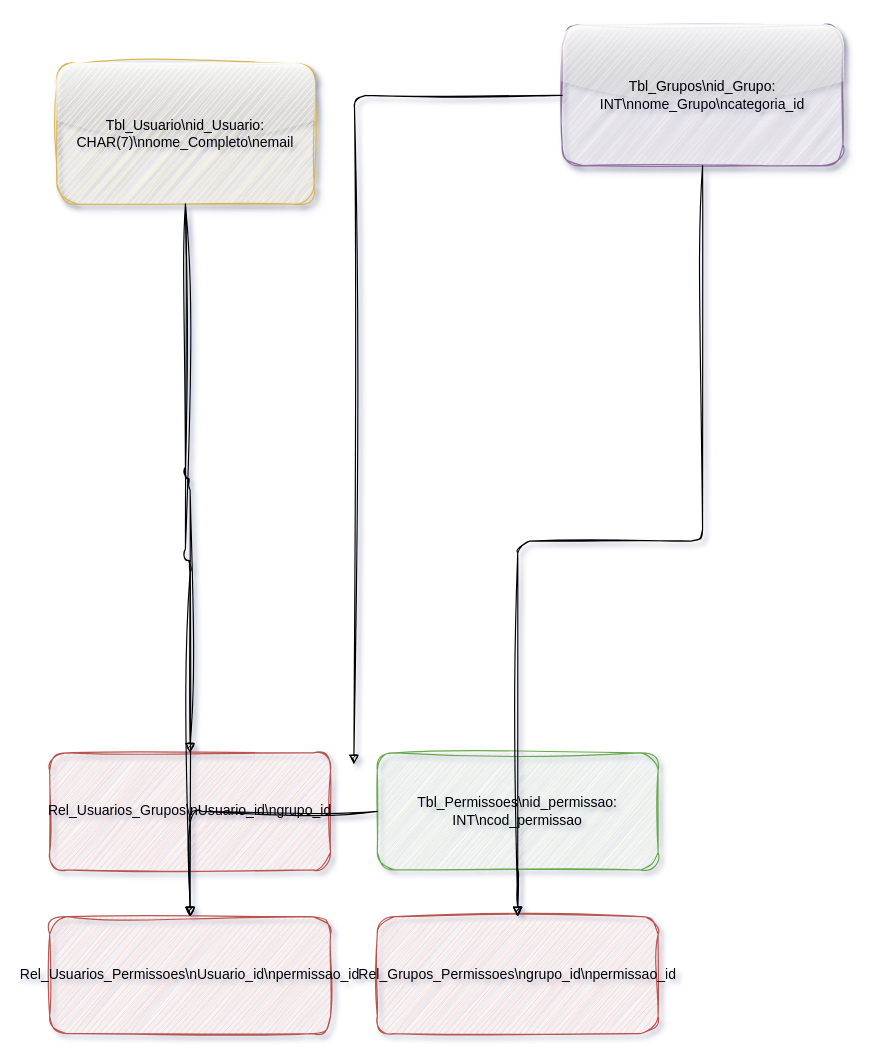
This is docs/diagrams/drawio/rh-schema.drawio from Ericssonenos/auth, a draw.io file, before an edit. Source tidied: cells renumbered, new cells numbered last; positions are measured from the earlier drawing's top-left corner, leaving out a move shared by most shapes. Both pictures are drawn from the tidied source at 117%, with x=0, y=0 at pixel (49, 25).
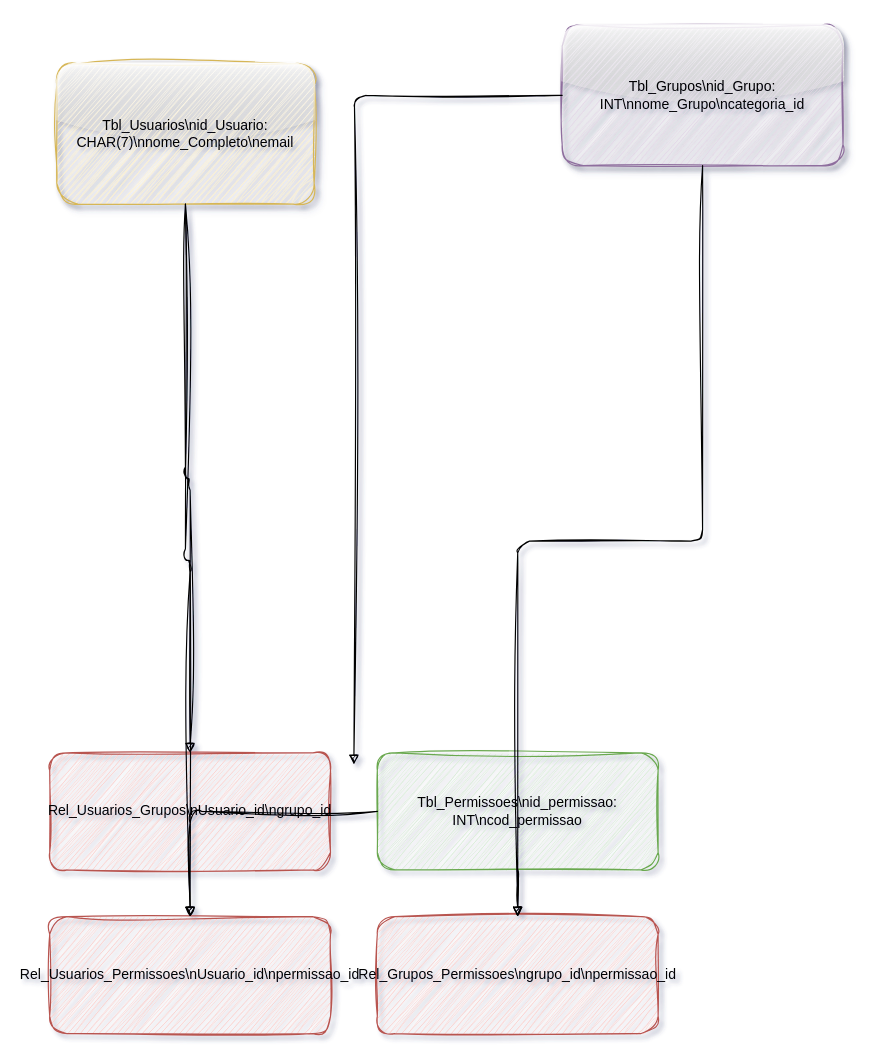
The same page after the edit.

The edit, as a diff of the source:
```diff
@@
 <mxGraphModel background="light-dark(#FFFFFF,#121212)" shadow="1">
   <root>
     <mxCell id="0" />
     <mxCell id="1" parent="0" />
-    <mxCell id="2" value="Tbl_Usuario\nid_Usuario: CHAR(7)\nnome_Completo\nemail" style="rounded=1;whiteSpace=wrap;html=1;fillColor=#FFF2CC;strokeColor=#D6B656;sketch=1;curveFitting=1;jiggle=2;glass=1;shadow=1;" parent="1" vertex="1">
+    <mxCell id="2" value="Tbl_Usuarios\nid_Usuario: CHAR(7)\nnome_Completo\nemail" style="rounded=1;whiteSpace=wrap;html=1;fillColor=#FFF2CC;strokeColor=#D6B656;sketch=1;curveFitting=1;jiggle=2;glass=1;shadow=1;" parent="1" vertex="1">
       <mxGeometry x="6" y="33" width="220" height="120" as="geometry" />
     </mxCell>
     <mxCell id="3" value="Tbl_Grupos\nid_Grupo: INT\nnome_Grupo\ncategoria_id" style="rounded=1;whiteSpace=wrap;html=1;fillColor=#E1D5E7;strokeColor=#8E6E9E;sketch=1;curveFitting=1;jiggle=2;glass=1;shadow=1;" parent="1" vertex="1">
       <mxGeometry x="438" width="240" height="120" as="geometry" />
     </mxCell>
     <mxCell id="4" value="Tbl_Permissoes\nid_permissao: INT\ncod_permissao" style="rounded=1;whiteSpace=wrap;html=1;fillColor=#D5E8D4;strokeColor=#6AA84F;sketch=1;curveFitting=1;jiggle=2;" parent="1" vertex="1">
       <mxGeometry x="280" y="622" width="240" height="100" as="geometry" />
     </mxCell>
     <mxCell id="5" value="Rel_Usuarios_Grupos\nUsuario_id\ngrupo_id" style="rounded=1;whiteSpace=wrap;html=1;fillColor=#F8CECC;strokeColor=#B85450;sketch=1;curveFitting=1;jiggle=2;" parent="1" vertex="1">
       <mxGeometry y="622" width="240" height="100" as="geometry" />
     </mxCell>
     <mxCell id="6" value="Rel_Usuarios_Permissoes\nUsuario_id\npermissao_id" style="rounded=1;whiteSpace=wrap;html=1;fillColor=#F8CECC;strokeColor=#B85450;sketch=1;curveFitting=1;jiggle=2;" parent="1" vertex="1">
       <mxGeometry y="762" width="240" height="100" as="geometry" />
     </mxCell>
     <mxCell id="7" value="Rel_Grupos_Permissoes\ngrupo_id\npermissao_id" style="rounded=1;whiteSpace=wrap;html=1;fillColor=#F8CECC;strokeColor=#B85450;sketch=1;curveFitting=1;jiggle=2;" parent="1" vertex="1">
       <mxGeometry x="280" y="762" width="240" height="100" as="geometry" />
     </mxCell>
     <mxCell id="8" style="edgeStyle=orthogonalEdgeStyle;rounded=1;html=1;endArrow=block;strokeColor=#000000;sketch=1;curveFitting=1;jiggle=2;" parent="1" edge="1" source="2" target="5">
       <mxGeometry relative="1" as="geometry" />
     </mxCell>
     <mxCell id="9" style="edgeStyle=orthogonalEdgeStyle;rounded=1;html=1;endArrow=block;strokeColor=#000000;exitX=0;exitY=0.5;exitDx=0;exitDy=0;sketch=1;curveFitting=1;jiggle=2;" parent="1" edge="1" source="3">
       <mxGeometry relative="1" as="geometry">
         <mxPoint x="260" y="632" as="targetPoint" />
       </mxGeometry>
     </mxCell>
     <mxCell id="10" style="edgeStyle=orthogonalEdgeStyle;rounded=1;html=1;endArrow=block;strokeColor=#000000;sketch=1;curveFitting=1;jiggle=2;" parent="1" edge="1" source="2" target="6">
       <mxGeometry relative="1" as="geometry" />
     </mxCell>
     <mxCell id="11" style="edgeStyle=orthogonalEdgeStyle;rounded=1;html=1;endArrow=block;strokeColor=#000000;sketch=1;curveFitting=1;jiggle=2;" parent="1" edge="1" source="4" target="6">
       <mxGeometry relative="1" as="geometry" />
     </mxCell>
     <mxCell id="12" style="edgeStyle=orthogonalEdgeStyle;rounded=1;html=1;endArrow=block;strokeColor=#000000;sketch=1;curveFitting=1;jiggle=2;" parent="1" edge="1" source="3" target="7">
       <mxGeometry relative="1" as="geometry" />
     </mxCell>
     <mxCell id="13" style="edgeStyle=orthogonalEdgeStyle;rounded=1;html=1;endArrow=block;strokeColor=#000000;sketch=1;curveFitting=1;jiggle=2;" parent="1" edge="1" source="4" target="7">
       <mxGeometry relative="1" as="geometry" />
     </mxCell>
   </root>
 </mxGraphModel>
```
